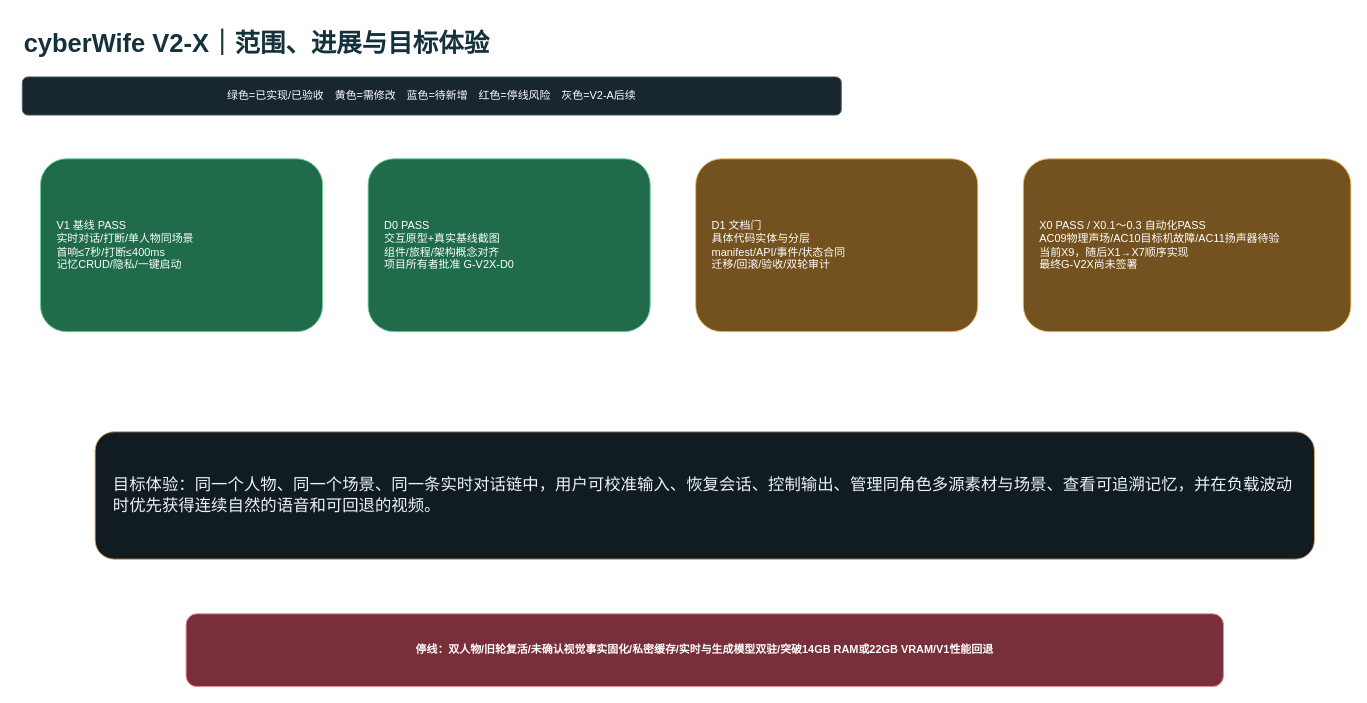
ljx418/cyberWife keeps this draw.io diagram as page "01-范围进展与目标体验" (1 of 8) of docs/architecture/v2-x-gap.drawio. Above is the earlier version. Source tidied: cells renumbered, new cells numbered last; positions are measured from the earlier drawing's top-left corner, leaving out a move shared by most shapes. Both pictures are drawn from the tidied source at 91%, with x=0, y=0 at pixel (22, 22).
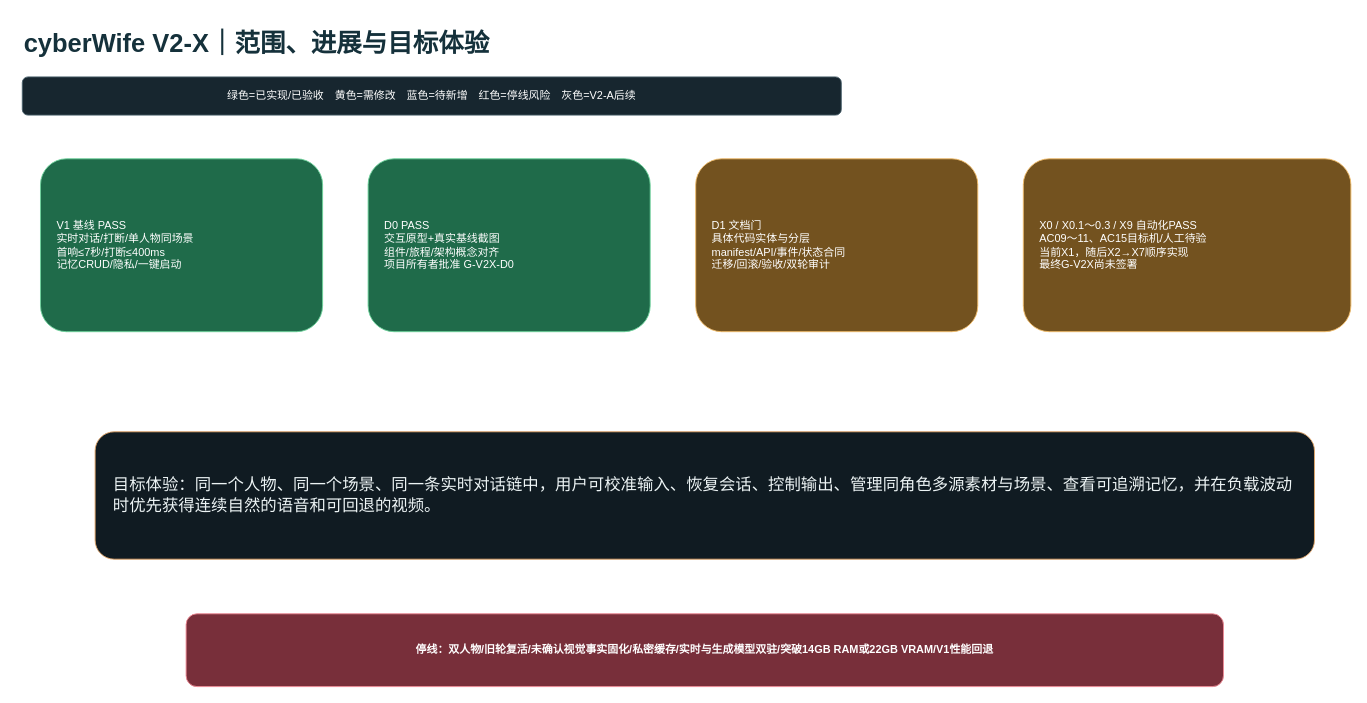
The same diagram, later.

Diff of the diagram source:
```diff
@@
 <mxGraphModel>
   <root>
     <mxCell id="0" />
     <mxCell id="1" parent="0" />
     <mxCell id="2" value="cyberWife V2-X｜范围、进展与目标体验" style="text;html=1;fontSize=28;fontStyle=1;fontColor=#15313B;" parent="1" vertex="1">
       <mxGeometry width="1200" height="50" as="geometry" />
     </mxCell>
     <mxCell id="3" value="绿色=已实现/已验收　黄色=需修改　蓝色=待新增　红色=停线风险　灰色=V2-A后续" style="rounded=1;whiteSpace=wrap;html=1;fillColor=#17262F;strokeColor=#49606C;fontColor=#FFFFFF;" parent="1" vertex="1">
       <mxGeometry y="60" width="900" height="42" as="geometry" />
     </mxCell>
     <mxCell id="4" value="V1 基线 PASS&#10;实时对话/打断/单人物同场景&#10;首响≤7秒/打断≤400ms&#10;记忆CRUD/隐私/一键启动" style="rounded=1;whiteSpace=wrap;html=1;fillColor=#1F6B4A;strokeColor=#6ED39C;fontColor=#FFFFFF;align=left;spacing=18;" parent="1" vertex="1">
       <mxGeometry x="20" y="150" width="310" height="190" as="geometry" />
     </mxCell>
     <mxCell id="5" value="D0 PASS&#10;交互原型+真实基线截图&#10;组件/旅程/架构概念对齐&#10;项目所有者批准 G-V2X-D0" style="rounded=1;whiteSpace=wrap;html=1;fillColor=#1F6B4A;strokeColor=#6ED39C;fontColor=#FFFFFF;align=left;spacing=18;" parent="1" vertex="1">
       <mxGeometry x="380" y="150" width="310" height="190" as="geometry" />
     </mxCell>
     <mxCell id="6" value="D1 文档门&#10;具体代码实体与分层&#10;manifest/API/事件/状态合同&#10;迁移/回滚/验收/双轮审计" style="rounded=1;whiteSpace=wrap;html=1;fillColor=#73521F;strokeColor=#F2BD6B;fontColor=#FFFFFF;align=left;spacing=18;" parent="1" vertex="1">
       <mxGeometry x="740" y="150" width="310" height="190" as="geometry" />
     </mxCell>
-    <mxCell id="7" value="X0 PASS / X0.1～0.3 自动化PASS&#10;AC09物理声场/AC10目标机故障/AC11扬声器待验&#10;当前X9，随后X1→X7顺序实现&#10;最终G-V2X尚未签署" style="rounded=1;whiteSpace=wrap;html=1;fillColor=#73521F;strokeColor=#F2BD6B;fontColor=#FFFFFF;align=left;spacing=18;" parent="1" vertex="1">
+    <mxCell id="7" value="X0 / X0.1～0.3 / X9 自动化PASS&#10;AC09～11、AC15目标机/人工待验&#10;当前X1，随后X2→X7顺序实现&#10;最终G-V2X尚未签署" style="rounded=1;whiteSpace=wrap;html=1;fillColor=#73521F;strokeColor=#F2BD6B;fontColor=#FFFFFF;align=left;spacing=18;" parent="1" vertex="1">
       <mxGeometry x="1100" y="150" width="360" height="190" as="geometry" />
     </mxCell>
     <mxCell id="8" value="目标体验：同一个人物、同一个场景、同一条实时对话链中，用户可校准输入、恢复会话、控制输出、管理同角色多源素材与场景、查看可追溯记忆，并在负载波动时优先获得连续自然的语音和可回退的视频。" style="rounded=1;whiteSpace=wrap;html=1;fillColor=#101B22;strokeColor=#E4A668;fontColor=#EDF4F5;fontSize=18;align=left;spacing=20;" parent="1" vertex="1">
       <mxGeometry x="80" y="450" width="1340" height="140" as="geometry" />
     </mxCell>
     <mxCell id="9" value="停线：双人物/旧轮复活/未确认视觉事实固化/私密缓存/实时与生成模型双驻/突破14GB RAM或22GB VRAM/V1性能回退" style="rounded=1;whiteSpace=wrap;html=1;fillColor=#782F3A;strokeColor=#F08A96;fontColor=#FFFFFF;fontStyle=1;" parent="1" vertex="1">
       <mxGeometry x="180" y="650" width="1140" height="80" as="geometry" />
     </mxCell>
     <mxCell id="10" style="edgeStyle=orthogonalEdgeStyle;strokeColor=#8AA0A9;endArrow=block;" parent="1" edge="1" source="4" target="5" />
     <mxCell id="11" style="edgeStyle=orthogonalEdgeStyle;strokeColor=#8AA0A9;endArrow=block;" parent="1" edge="1" source="5" target="6" />
     <mxCell id="12" style="edgeStyle=orthogonalEdgeStyle;strokeColor=#8AA0A9;endArrow=block;" parent="1" edge="1" source="6" target="7" />
   </root>
 </mxGraphModel>
```
